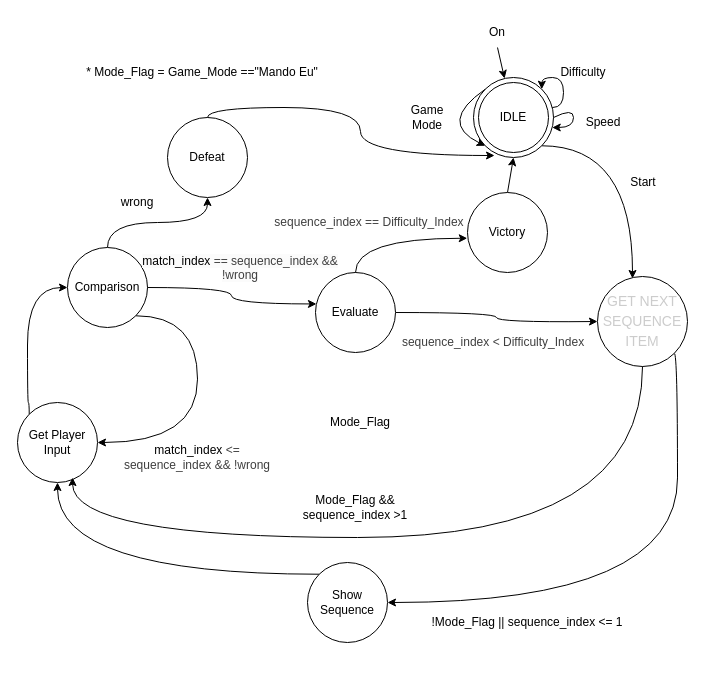
S4nt1ag0/Genius-PBL keeps this draw.io diagram as doc/fluxogram.drawio. Above is the earlier version. Source tidied: cells renumbered, new cells numbered last; positions are measured from the earlier drawing's top-left corner, leaving out a move shared by most shapes. Both pictures are drawn from the tidied source at 100%, with x=0, y=0 at pixel (17, 17).
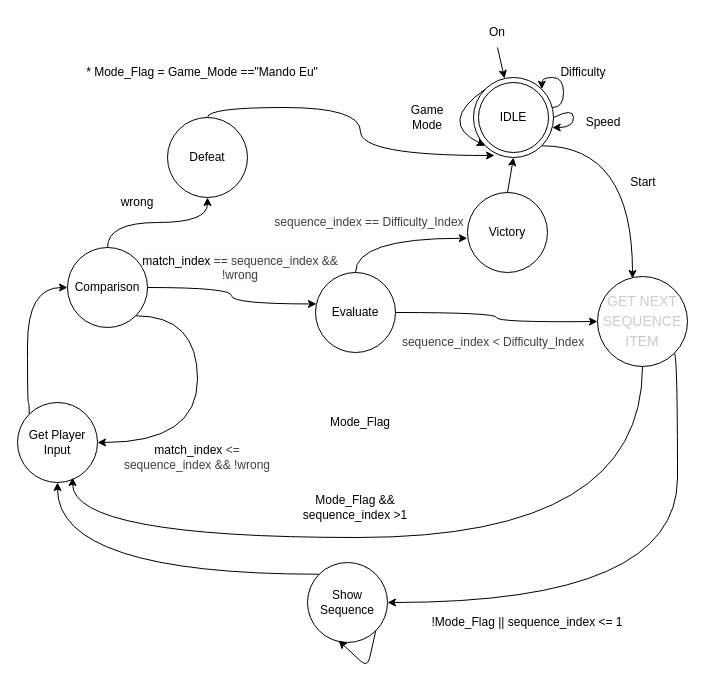
After the change.

The change refers to these unchanged cells:
```xml
<mxCell id="14" value="Show Sequence" style="ellipse;whiteSpace=wrap;html=1;" parent="1" vertex="1">
  <mxGeometry x="290" y="545" width="80" height="80" as="geometry" />
</mxCell>
```

Diff of the diagram source:
```diff
@@
+    <mxCell id="41" style="edgeStyle=none;html=1;exitX=1;exitY=1;exitDx=0;exitDy=0;entryX=0.388;entryY=0.975;entryDx=0;entryDy=0;entryPerimeter=0;" parent="1" edge="1" source="14" target="14">
+      <mxGeometry relative="1" as="geometry">
+        <Array as="points">
+          <mxPoint x="350" y="650" />
+        </Array>
+      </mxGeometry>
+    </mxCell>
```
